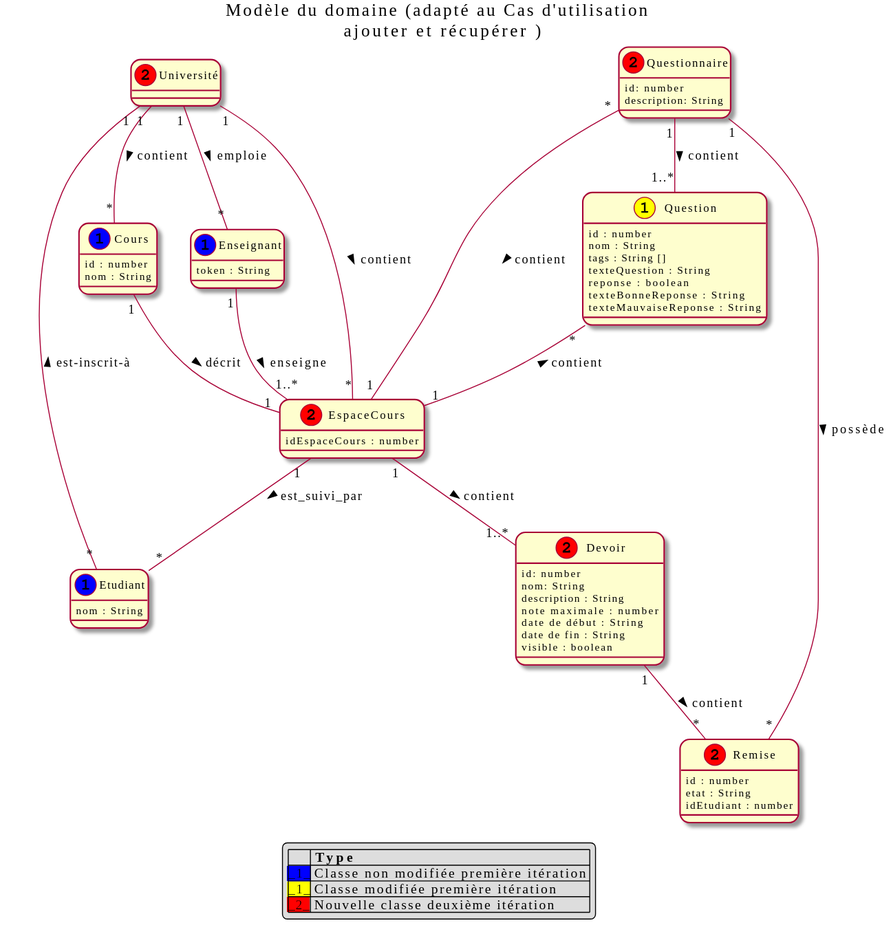
Above: out/docs/modeles/mdd/MDD.svg in nerdz88/SGA-TS (PlantUML), before the change.
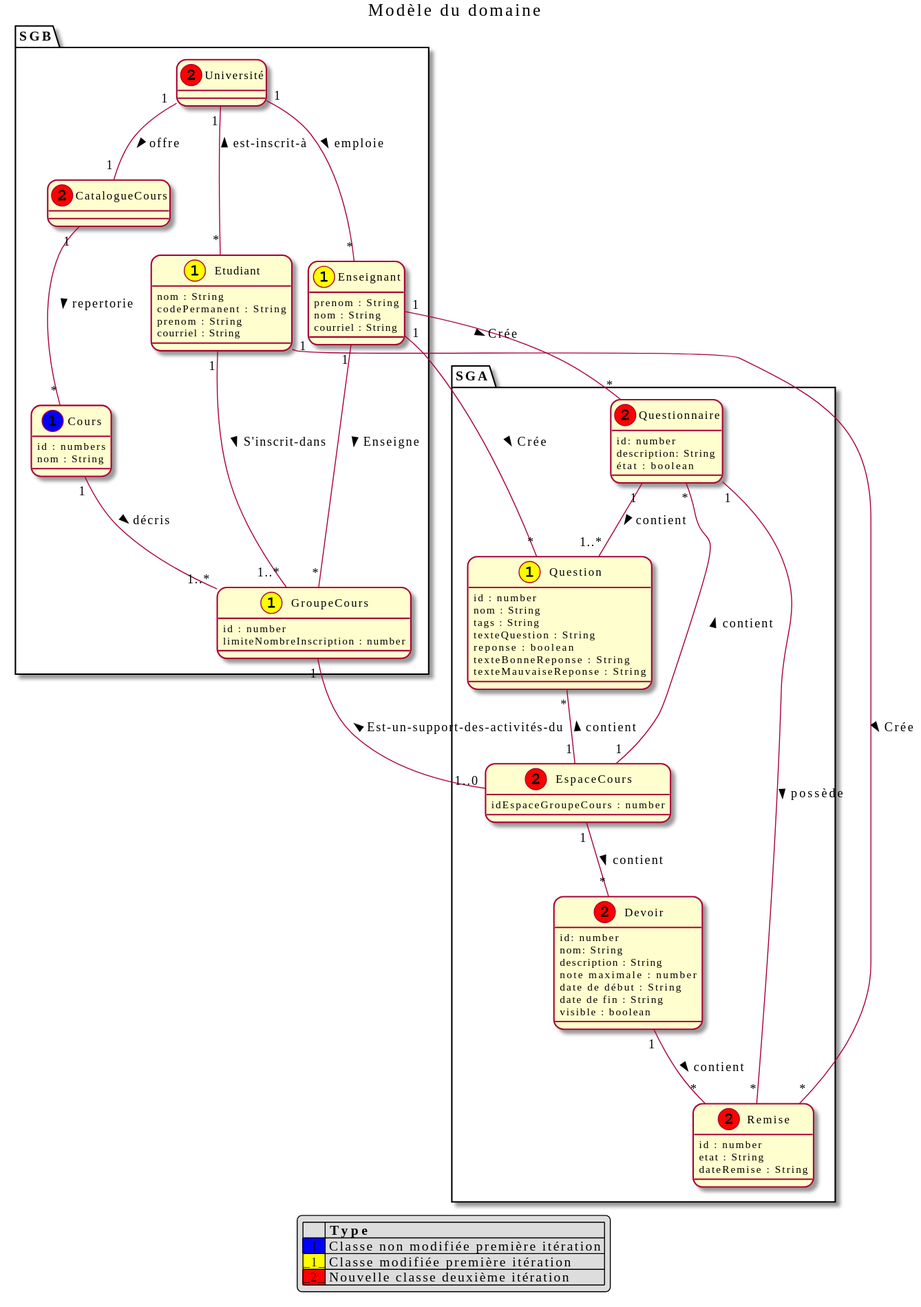
The same file after the commit.

The edit, as a diff of the source:
```diff
@@ -2,72 +2,93 @@
 skinparam defaultfontname Verdana
 skinparam RoundCorner 20
 
-title Modèle du domaine (adapté au Cas d'utilisation \n ajouter et récupérer )
-class Cours << (1,blue) >> {
-    id : number
+title Modèle du domaine
+
+
+package SGB{
+    class Université << (2,red) >>{}
+
+    class CatalogueCours << (2,red)>>{}
+
+    class Enseignant << 1,yellow) >>{
+    prenom : String
     nom : String
+    courriel : String
+    }
+
+    class Etudiant << 1,yellow) >>{
+    nom : String
+    codePermanent : String
+    prenom : String
+    courriel : String
+    }
+
+    class Cours << (1,blue) >>{
+    id : numbers
+    nom : String
+    }
+
+    class GroupeCours << 1,yellow) >>{
+        id : number
+        limiteNombreInscription : number
+    }
 }
 
+package SGA{
+    class Devoir << (2,red) >>{
+        id: number
+        nom: String
+        description : String
+        note maximale : number
+        date de début : String
+        date de fin : String
+        visible : boolean
+    }
 
-class Enseignant << (1,blue) >>{
-    token : String
+    class Remise << (2,red) >>{
+        id : number
+        etat : String
+        dateRemise : String
+    }
+
+    class Question << 1,yellow) >>{
+        id : number
+        nom : String
+        tags : String
+        texteQuestion : String
+        reponse : boolean
+        texteBonneReponse : String
+        texteMauvaiseReponse : String
+    }
+
+    class Questionnaire << (2,red) >>{
+        id: number
+        description: String
+        état : boolean
+    }
+
+    class EspaceCours << (2,red) >>{
+        idEspaceGroupeCours : number
+    }
 }
 
-class Etudiant << (1,blue) >>{
-    nom : String
-}
-
-class Devoir << (2,red) >>{
-    id: number
-    nom: String
-    description : String
-    note maximale : number
-    date de début : String
-    date de fin : String
-    visible : boolean
-}
-
-class Remise << (2,red) >>{
-    id : number
-    etat : String
-    idEtudiant : number
-}
-
-class Question << 1,yellow) >>{
-    id : number
-    nom : String
-    tags : String []
-    texteQuestion : String
-    reponse : boolean
-    texteBonneReponse : String
-    texteMauvaiseReponse : String
-}
-
-class Questionnaire << (2,red) >>{
-    id: number
-    description: String
-}
-
-class EspaceCours << (2,red) >>{
-    idEspaceCours : number
-}
-
-class Université << (2,red) >>{
-
-}
+Université "1" -- "1"CatalogueCours : offre >
+CatalogueCours "1"-- "*"Cours : repertorie >
 Devoir "1"--"*" Remise : contient >
-EspaceCours "1"--"1..*" Devoir: contient >
-Enseignant "1"--"1..*" EspaceCours : enseigne >
+EspaceCours "1"--"*" Devoir: contient >
 Université "1"--"*" Enseignant : emploie >
-Cours "1"-- "1" EspaceCours : décrit >
-Université "1"--"*" Cours : contient >
-EspaceCours "1"-- "*"Etudiant : est_suivi_par >
 Questionnaire "1"--"1..*" Question : contient >
 Questionnaire"1"--"*" Remise : possède >
-Université "1"--"*" EspaceCours : contient >
 Université "1"--"*" Etudiant : est-inscrit-à <
 Question "*"--"1" EspaceCours : contient <
-Questionnaire "*"--"1" EspaceCours : contient >
+Questionnaire "*"--"1" EspaceCours : contient <
+Etudiant "1" -- "1..*"GroupeCours : S'inscrit-dans >
+Enseignant "1" -- "*"GroupeCours : Enseigne >
+Cours "1" -- "1..*" GroupeCours : décris >
+GroupeCours "1"-- "1..0"EspaceCours : Est-un-support-des-activités-du <
+Etudiant "1" - "*" Remise : Crée >
+Enseignant "1" - "*" Question : Crée >
+Enseignant "1" - "*" Questionnaire : Crée >
 
 legend
 |= |= Type |
```
